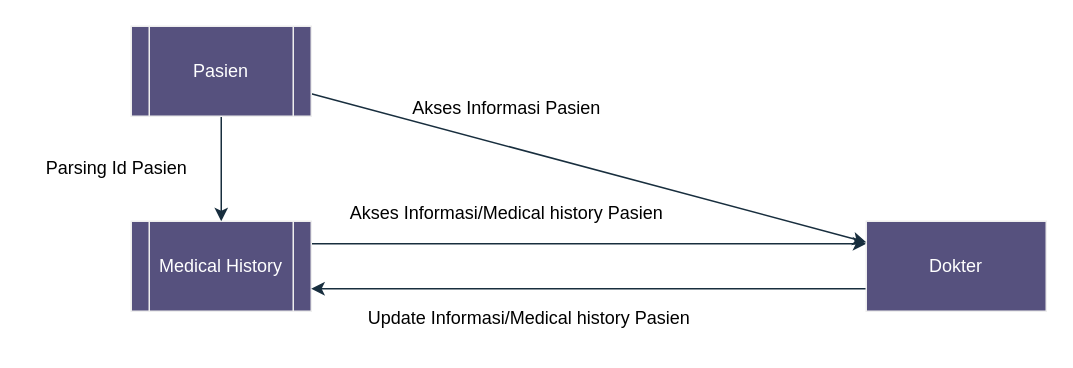
Earlier version of the draw.io diagram page "dfd-lvl1-proses2" (4 of 6) of klinik-dfd-lvl0.drawio (rrahmatn/dfd_erd_uml). Source tidied: cells renumbered, new cells numbered last; positions are measured from the earlier drawing's top-left corner, leaving out a move shared by most shapes. Both pictures are drawn from the tidied source at 150%, with x=0, y=0 at pixel (26, 26).
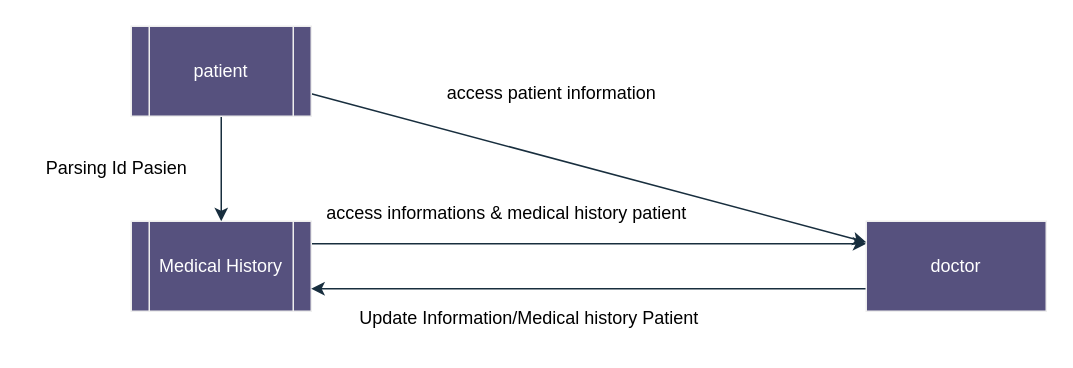
The same diagram, later.

Diff of the diagram source:
```diff
@@
 <mxGraphModel>
   <root>
     <mxCell id="0" />
     <mxCell id="1" parent="0" />
     <mxCell id="2" style="edgeStyle=orthogonalEdgeStyle;rounded=0;jettySize=auto;html=1;exitX=1;exitY=0.25;exitDx=0;exitDy=0;entryX=0;entryY=0.25;entryDx=0;entryDy=0;strokeColor=#182E3E;" parent="1" edge="1" source="3" target="5">
       <mxGeometry relative="1" as="geometry" />
     </mxCell>
     <mxCell id="3" value="Medical History" style="shape=process;whiteSpace=wrap;html=1;backgroundOutline=1;strokeColor=#EEEEEE;fontColor=#FFFFFF;fillColor=#56517E;" parent="1" vertex="1">
       <mxGeometry x="70" y="130" width="120" height="60" as="geometry" />
     </mxCell>
     <mxCell id="4" style="edgeStyle=orthogonalEdgeStyle;rounded=0;jettySize=auto;html=1;exitX=0;exitY=0.75;exitDx=0;exitDy=0;entryX=1;entryY=0.75;entryDx=0;entryDy=0;strokeColor=#182E3E;" parent="1" edge="1" source="5" target="3">
       <mxGeometry relative="1" as="geometry" />
     </mxCell>
-    <mxCell id="5" value="Dokter" style="rounded=0;whiteSpace=wrap;html=1;strokeColor=#EEEEEE;fontColor=#FFFFFF;fillColor=#56517E;" parent="1" vertex="1">
+    <mxCell id="5" value="doctor" style="rounded=0;whiteSpace=wrap;html=1;strokeColor=#EEEEEE;fontColor=#FFFFFF;fillColor=#56517E;" parent="1" vertex="1">
       <mxGeometry x="560" y="130" width="120" height="60" as="geometry" />
     </mxCell>
     <mxCell id="6" style="rounded=0;jettySize=auto;html=1;exitX=1;exitY=0.75;exitDx=0;exitDy=0;strokeColor=#182E3E;" parent="1" edge="1" source="8" target="5">
       <mxGeometry relative="1" as="geometry" />
     </mxCell>
     <mxCell id="7" style="edgeStyle=orthogonalEdgeStyle;rounded=0;jettySize=auto;html=1;exitX=0.5;exitY=1;exitDx=0;exitDy=0;entryX=0.5;entryY=0;entryDx=0;entryDy=0;strokeColor=#182E3E;" parent="1" edge="1" source="8" target="3">
       <mxGeometry relative="1" as="geometry" />
     </mxCell>
-    <mxCell id="8" value="Pasien" style="shape=process;whiteSpace=wrap;html=1;backgroundOutline=1;strokeColor=#EEEEEE;fontColor=#FFFFFF;fillColor=#56517E;" parent="1" vertex="1">
+    <mxCell id="8" value="patient" style="shape=process;whiteSpace=wrap;html=1;backgroundOutline=1;strokeColor=#EEEEEE;fontColor=#FFFFFF;fillColor=#56517E;" parent="1" vertex="1">
       <mxGeometry x="70" width="120" height="60" as="geometry" />
     </mxCell>
-    <mxCell id="9" value="&lt;font color=&quot;#000000&quot;&gt;Akses Informasi Pasien&lt;/font&gt;" style="text;html=1;align=center;verticalAlign=middle;strokeColor=none;fillColor=none;fontColor=#FFFFFF;" parent="1" vertex="1">
-      <mxGeometry x="245" y="40" width="150" height="30" as="geometry" />
+    <mxCell id="9" value="&lt;font color=&quot;#000000&quot;&gt;access patient information&lt;/font&gt;" style="text;html=1;align=center;verticalAlign=middle;strokeColor=none;fillColor=none;fontColor=#FFFFFF;" parent="1" vertex="1">
+      <mxGeometry x="270" y="30" width="160" height="30" as="geometry" />
     </mxCell>
-    <mxCell id="10" value="&lt;font color=&quot;#000000&quot;&gt;Akses Informasi/Medical history Pasien&lt;/font&gt;" style="text;html=1;align=center;verticalAlign=middle;strokeColor=none;fillColor=none;fontColor=#FFFFFF;" parent="1" vertex="1">
-      <mxGeometry x="205" y="110" width="230" height="30" as="geometry" />
+    <mxCell id="10" value="&lt;font color=&quot;#000000&quot;&gt;access informations &amp;amp; medical history patient&lt;/font&gt;" style="text;html=1;align=center;verticalAlign=middle;strokeColor=none;fillColor=none;fontColor=#FFFFFF;" parent="1" vertex="1">
+      <mxGeometry x="190" y="110" width="260" height="30" as="geometry" />
     </mxCell>
-    <mxCell id="11" value="&lt;font color=&quot;#000000&quot;&gt;Update Informasi/Medical history Pasien&lt;/font&gt;" style="text;html=1;align=center;verticalAlign=middle;strokeColor=none;fillColor=none;fontColor=#FFFFFF;" parent="1" vertex="1">
-      <mxGeometry x="215" y="180" width="240" height="30" as="geometry" />
+    <mxCell id="11" value="&lt;font color=&quot;#000000&quot;&gt;Update Information/Medical history Patient&lt;/font&gt;" style="text;html=1;align=center;verticalAlign=middle;strokeColor=none;fillColor=none;fontColor=#FFFFFF;" parent="1" vertex="1">
+      <mxGeometry x="210" y="180" width="250" height="30" as="geometry" />
     </mxCell>
     <mxCell id="12" value="&lt;font color=&quot;#000000&quot;&gt;Parsing Id Pasien&lt;/font&gt;" style="text;html=1;align=center;verticalAlign=middle;strokeColor=none;fillColor=none;fontColor=#FFFFFF;" parent="1" vertex="1">
       <mxGeometry y="80" width="120" height="30" as="geometry" />
     </mxCell>
   </root>
 </mxGraphModel>
```
